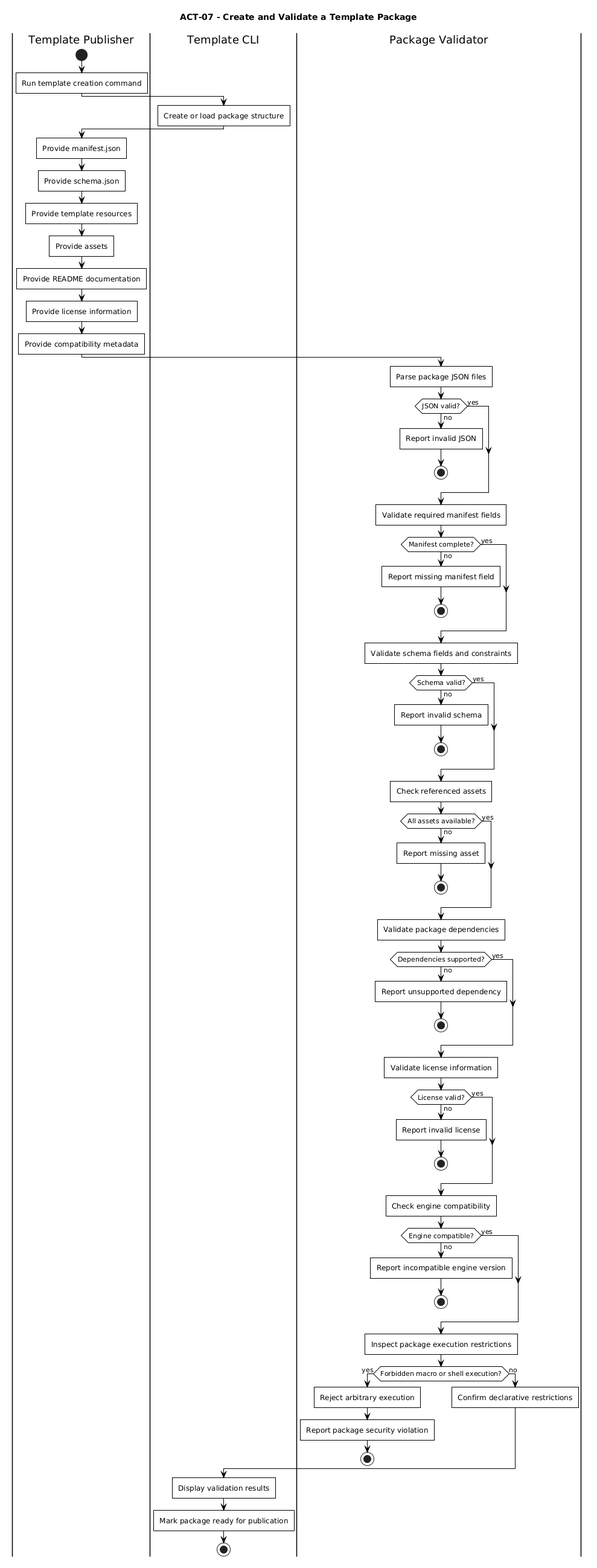
This is Figures/activity/07-template-package.png from Litho-MD/uet-fyp-docs, a PlantUML export, as it was before one commit.
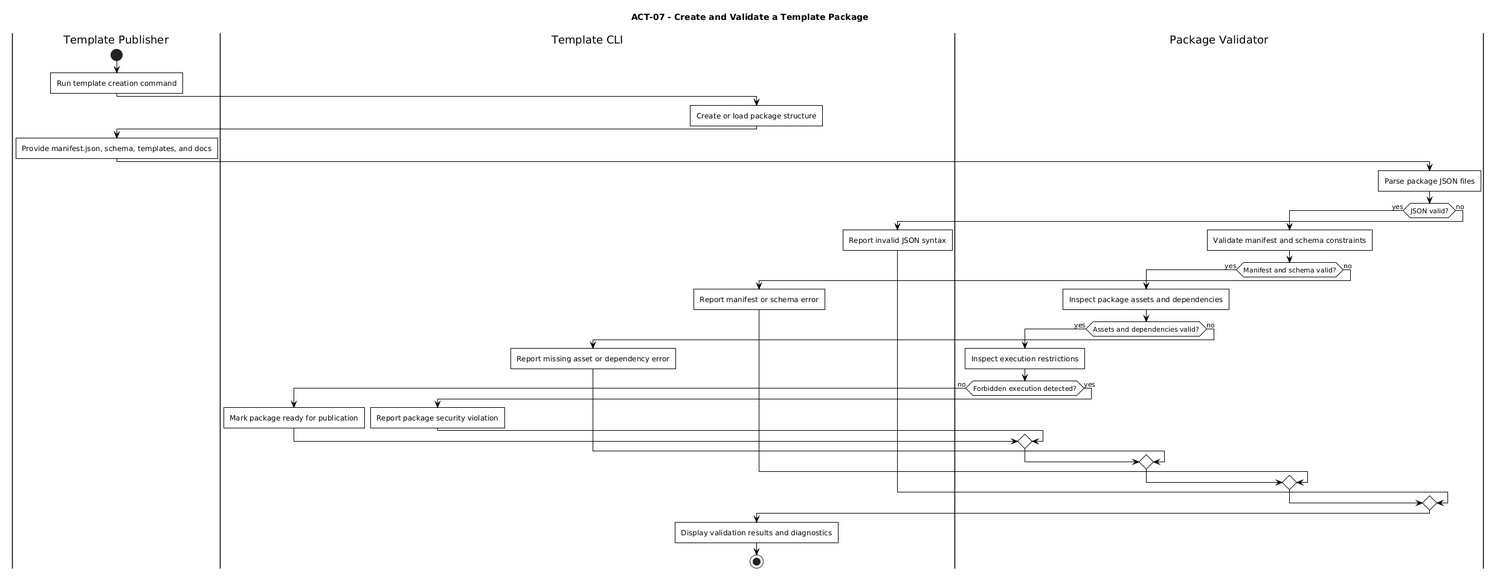
The same file after the commit.

The edit, as a diff of the source:
```diff
@@ -25,75 +25,37 @@
 :Create or load package structure;
 
 |Template Publisher|
-:Provide manifest.json;
-:Provide schema.json;
-:Provide template resources;
-:Provide assets;
-:Provide README documentation;
-:Provide license information;
-:Provide compatibility metadata;
+:Provide manifest.json, schema, templates, and docs;
 
 |Package Validator|
 :Parse package JSON files;
 if (JSON valid?) then (yes)
+    :Validate manifest and schema constraints;
+    if (Manifest and schema valid?) then (yes)
+        :Inspect package assets and dependencies;
+        if (Assets and dependencies valid?) then (yes)
+            :Inspect execution restrictions;
+            if (Forbidden execution detected?) then (no)
+                |Template CLI|
+                :Mark package ready for publication;
+            else (yes)
+                |Template CLI|
+                :Report package security violation;
+            endif
+        else (no)
+            |Template CLI|
+            :Report missing asset or dependency error;
+        endif
+    else (no)
+        |Template CLI|
+        :Report manifest or schema error;
+    endif
 else (no)
-    :Report invalid JSON;
-    stop
-endif
-
-:Validate required manifest fields;
-if (Manifest complete?) then (yes)
-else (no)
-    :Report missing manifest field;
-    stop
-endif
-
-:Validate schema fields and constraints;
-if (Schema valid?) then (yes)
-else (no)
-    :Report invalid schema;
-    stop
-endif
-
-:Check referenced assets;
-if (All assets available?) then (yes)
-else (no)
-    :Report missing asset;
-    stop
-endif
-
-:Validate package dependencies;
-if (Dependencies supported?) then (yes)
-else (no)
-    :Report unsupported dependency;
-    stop
-endif
-
-:Validate license information;
-if (License valid?) then (yes)
-else (no)
-    :Report invalid license;
-    stop
-endif
-
-:Check engine compatibility;
-if (Engine compatible?) then (yes)
-else (no)
-    :Report incompatible engine version;
-    stop
-endif
-
-:Inspect package execution restrictions;
-if (Forbidden macro or shell execution?) then (yes)
-    :Reject arbitrary execution;
-    :Report package security violation;
-    stop
-else (no)
-    :Confirm declarative restrictions;
+    |Template CLI|
+    :Report invalid JSON syntax;
 endif
 
 |Template CLI|
-:Display validation results;
-:Mark package ready for publication;
+:Display validation results and diagnostics;
 stop
 @enduml
```
